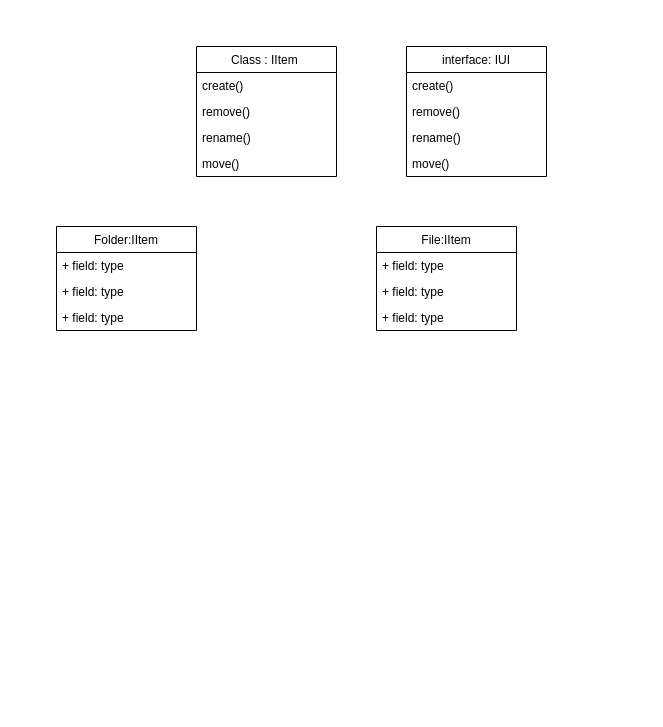
Artlaptev/2.OOP keeps this draw.io diagram as Диаграмма без названия.drawio. Above is the earlier version. Source tidied: cells renumbered, new cells numbered last; positions are measured from the earlier drawing's top-left corner, leaving out a move shared by most shapes. Both pictures are drawn from the tidied source at 100%, with x=0, y=0 at pixel (56, 46).
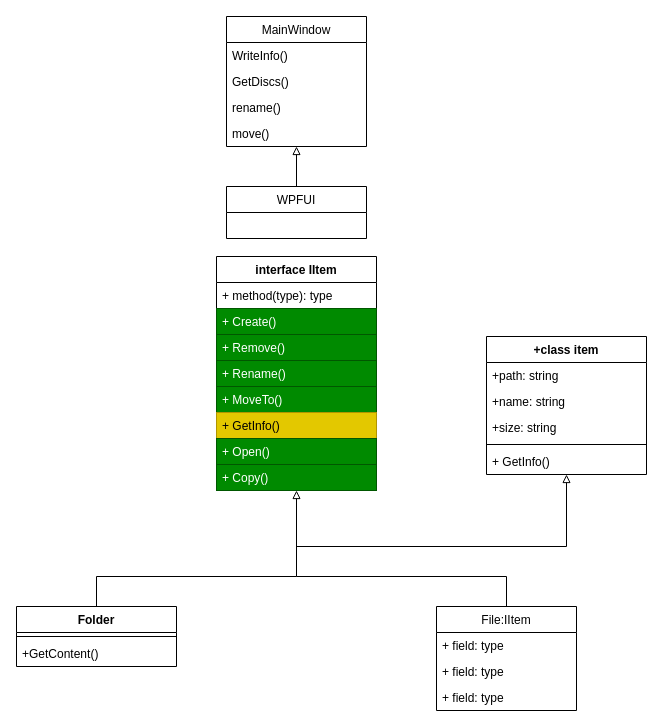
The same diagram, later.

Change to the diagram source:
```diff
@@
-    <mxCell id="2" value="Class : IItem " style="swimlane;fontStyle=0;horizontal=1;startSize=26;fillColor=none;" parent="1" vertex="1">
-      <mxGeometry x="140" width="140" height="130" as="geometry" />
+    <mxCell id="2" value="WPFUI" style="swimlane;fontStyle=0;horizontal=1;startSize=26;fillColor=none;" parent="1" vertex="1">
+      <mxGeometry x="170" y="140" width="140" height="52" as="geometry" />
     </mxCell>
-    <mxCell id="3" value="create()" style="text;strokeColor=none;fillColor=none;align=left;verticalAlign=top;spacingLeft=4;spacingRight=4;overflow=hidden;" parent="2" vertex="1">
-      <mxGeometry y="26" width="140" height="26" as="geometry" />
-    </mxCell>
-    <mxCell id="4" value="remove()" style="text;strokeColor=none;fillColor=none;align=left;verticalAlign=top;spacingLeft=4;spacingRight=4;overflow=hidden;" parent="2" vertex="1">
-      <mxGeometry y="52" width="140" height="26" as="geometry" />
-    </mxCell>
-    <mxCell id="5" value="rename()" style="text;strokeColor=none;fillColor=none;align=left;verticalAlign=top;spacingLeft=4;spacingRight=4;overflow=hidden;" parent="2" vertex="1">
-      <mxGeometry y="78" width="140" height="26" as="geometry" />
-    </mxCell>
-    <mxCell id="6" value="move()" style="text;strokeColor=none;fillColor=none;align=left;verticalAlign=top;spacingLeft=4;spacingRight=4;overflow=hidden;" parent="2" vertex="1">
-      <mxGeometry y="104" width="140" height="26" as="geometry" />
-    </mxCell>
-    <mxCell id="7" value="Folder:IItem" style="swimlane;fontStyle=0;horizontal=1;startSize=26;fillColor=none;" parent="1" vertex="1">
-      <mxGeometry y="180" width="140" height="104" as="geometry" />
-    </mxCell>
-    <mxCell id="8" value="+ field: type" style="text;strokeColor=none;fillColor=none;align=left;verticalAlign=top;spacingLeft=4;spacingRight=4;overflow=hidden;" parent="7" vertex="1">
-      <mxGeometry y="26" width="140" height="26" as="geometry" />
-    </mxCell>
-    <mxCell id="9" value="+ field: type" style="text;strokeColor=none;fillColor=none;align=left;verticalAlign=top;spacingLeft=4;spacingRight=4;overflow=hidden;" parent="7" vertex="1">
-      <mxGeometry y="52" width="140" height="26" as="geometry" />
-    </mxCell>
-    <mxCell id="10" value="+ field: type" style="text;strokeColor=none;fillColor=none;align=left;verticalAlign=top;spacingLeft=4;spacingRight=4;overflow=hidden;" parent="7" vertex="1">
-      <mxGeometry y="78" width="140" height="26" as="geometry" />
-    </mxCell>
+    <mxCell id="20" style="edgeStyle=orthogonalEdgeStyle;rounded=0;jettySize=auto;html=1;startArrow=none;startFill=0;endArrow=none;endFill=0;" parent="1" edge="1" source="11">
+      <mxGeometry relative="1" as="geometry">
+        <mxPoint x="240" y="530" as="targetPoint" />
+        <Array as="points">
+          <mxPoint x="450" y="530" />
+        </Array>
+      </mxGeometry>
+    </mxCell>
     <mxCell id="11" value="File:IItem" style="swimlane;fontStyle=0;horizontal=1;startSize=26;fillColor=none;" parent="1" vertex="1">
-      <mxGeometry x="320" y="180" width="140" height="104" as="geometry" />
+      <mxGeometry x="380" y="560" width="140" height="104" as="geometry" />
     </mxCell>
@@
+    <mxCell id="21" style="edgeStyle=orthogonalEdgeStyle;rounded=0;jettySize=auto;html=1;entryX=0.5;entryY=0;entryDx=0;entryDy=0;endArrow=none;endFill=0;startArrow=block;startFill=0;" parent="1" edge="1" source="15" target="2">
+      <mxGeometry relative="1" as="geometry" />
+    </mxCell>
-    <mxCell id="15" value="interface: IUI" style="swimlane;fontStyle=0;horizontal=1;startSize=26;fillColor=none;" parent="1" vertex="1">
-      <mxGeometry x="350" width="140" height="130" as="geometry" />
+    <mxCell id="15" value="MainWindow" style="swimlane;fontStyle=0;horizontal=1;startSize=26;fillColor=none;" parent="1" vertex="1">
+      <mxGeometry x="170" y="-30" width="140" height="130" as="geometry" />
     </mxCell>
-    <mxCell id="16" value="create()" style="text;strokeColor=none;fillColor=none;align=left;verticalAlign=top;spacingLeft=4;spacingRight=4;overflow=hidden;" parent="15" vertex="1">
+    <mxCell id="16" value="WriteInfo()" style="text;strokeColor=none;fillColor=none;align=left;verticalAlign=top;spacingLeft=4;spacingRight=4;overflow=hidden;" parent="15" vertex="1">
       <mxGeometry y="26" width="140" height="26" as="geometry" />
     </mxCell>
-    <mxCell id="17" value="remove()" style="text;strokeColor=none;fillColor=none;align=left;verticalAlign=top;spacingLeft=4;spacingRight=4;overflow=hidden;" parent="15" vertex="1">
+    <mxCell id="17" value="GetDiscs()" style="text;strokeColor=none;fillColor=none;align=left;verticalAlign=top;spacingLeft=4;spacingRight=4;overflow=hidden;" parent="15" vertex="1">
       <mxGeometry y="52" width="140" height="26" as="geometry" />
     </mxCell>
@@
+    <mxCell id="22" style="edgeStyle=orthogonalEdgeStyle;rounded=0;jettySize=auto;html=1;startArrow=block;startFill=0;endArrow=none;endFill=0;" parent="1" edge="1" source="23" target="32">
+      <mxGeometry relative="1" as="geometry">
+        <Array as="points">
+          <mxPoint x="240" y="530" />
+          <mxPoint x="40" y="530" />
+        </Array>
+      </mxGeometry>
+    </mxCell>
+    <mxCell id="23" value="interface IItem" style="swimlane;fontStyle=1;align=center;verticalAlign=top;horizontal=1;startSize=26;" parent="1" vertex="1">
+      <mxGeometry x="160" y="210" width="160" height="234" as="geometry" />
+    </mxCell>
+    <mxCell id="24" value="+ method(type): type" style="text;strokeColor=none;fillColor=none;align=left;verticalAlign=top;spacingLeft=4;spacingRight=4;overflow=hidden;" parent="23" vertex="1">
+      <mxGeometry y="26" width="160" height="26" as="geometry" />
+    </mxCell>
+    <mxCell id="25" value="+ Create()" style="text;strokeColor=#005700;fillColor=#008a00;align=left;verticalAlign=top;spacingLeft=4;spacingRight=4;overflow=hidden;fontColor=#ffffff;" parent="23" vertex="1">
+      <mxGeometry y="52" width="160" height="26" as="geometry" />
+    </mxCell>
+    <mxCell id="26" value="+ Remove()" style="text;strokeColor=#005700;fillColor=#008a00;align=left;verticalAlign=top;spacingLeft=4;spacingRight=4;overflow=hidden;fontColor=#ffffff;" parent="23" vertex="1">
+      <mxGeometry y="78" width="160" height="26" as="geometry" />
+    </mxCell>
+    <mxCell id="27" value="+ Rename()" style="text;strokeColor=#005700;fillColor=#008a00;align=left;verticalAlign=top;spacingLeft=4;spacingRight=4;overflow=hidden;fontColor=#ffffff;" parent="23" vertex="1">
+      <mxGeometry y="104" width="160" height="26" as="geometry" />
+    </mxCell>
+    <mxCell id="28" value="+ MoveTo()" style="text;strokeColor=#005700;fillColor=#008a00;align=left;verticalAlign=top;spacingLeft=4;spacingRight=4;overflow=hidden;fontColor=#ffffff;" parent="23" vertex="1">
+      <mxGeometry y="130" width="160" height="26" as="geometry" />
+    </mxCell>
+    <mxCell id="29" value="+ GetInfo()" style="text;strokeColor=#B09500;fillColor=#e3c800;align=left;verticalAlign=top;spacingLeft=4;spacingRight=4;overflow=hidden;fontColor=#000000;" parent="23" vertex="1">
+      <mxGeometry y="156" width="160" height="26" as="geometry" />
+    </mxCell>
+    <mxCell id="30" value="+ Open()" style="text;strokeColor=#005700;fillColor=#008a00;align=left;verticalAlign=top;spacingLeft=4;spacingRight=4;overflow=hidden;fontColor=#ffffff;" parent="23" vertex="1">
+      <mxGeometry y="182" width="160" height="26" as="geometry" />
+    </mxCell>
+    <mxCell id="31" value="+ Copy()" style="text;strokeColor=#005700;fillColor=#008a00;align=left;verticalAlign=top;spacingLeft=4;spacingRight=4;overflow=hidden;fontColor=#ffffff;" parent="23" vertex="1">
+      <mxGeometry y="208" width="160" height="26" as="geometry" />
+    </mxCell>
+    <mxCell id="32" value="Folder" style="swimlane;fontStyle=1;align=center;verticalAlign=top;horizontal=1;startSize=26;" parent="1" vertex="1">
+      <mxGeometry x="-40" y="560" width="160" height="60" as="geometry" />
+    </mxCell>
+    <mxCell id="33" style="line;strokeWidth=1;fillColor=none;align=left;verticalAlign=middle;spacingTop=-1;spacingLeft=3;spacingRight=3;labelPosition=right;" parent="32" vertex="1">
+      <mxGeometry y="26" width="160" height="8" as="geometry" />
+    </mxCell>
+    <mxCell id="34" value="+GetContent()" style="text;strokeColor=none;fillColor=none;align=left;verticalAlign=top;spacingLeft=4;spacingRight=4;overflow=hidden;" parent="32" vertex="1">
+      <mxGeometry y="34" width="160" height="26" as="geometry" />
+    </mxCell>
+    <mxCell id="35" style="edgeStyle=orthogonalEdgeStyle;rounded=0;jettySize=auto;html=1;startArrow=block;startFill=0;endArrow=none;endFill=0;" parent="1" edge="1" source="36">
+      <mxGeometry relative="1" as="geometry">
+        <mxPoint x="240" y="500" as="targetPoint" />
+        <Array as="points">
+          <mxPoint x="510" y="500" />
+        </Array>
+      </mxGeometry>
+    </mxCell>
+    <mxCell id="36" value="+class item" style="swimlane;fontStyle=1;align=center;verticalAlign=top;horizontal=1;startSize=26;" parent="1" vertex="1">
+      <mxGeometry x="430" y="290" width="160" height="138" as="geometry" />
+    </mxCell>
+    <mxCell id="37" value="+path: string" style="text;strokeColor=none;fillColor=none;align=left;verticalAlign=top;spacingLeft=4;spacingRight=4;overflow=hidden;" parent="36" vertex="1">
+      <mxGeometry y="26" width="160" height="26" as="geometry" />
+    </mxCell>
+    <mxCell id="38" value="+name: string" style="text;strokeColor=none;fillColor=none;align=left;verticalAlign=top;spacingLeft=4;spacingRight=4;overflow=hidden;" parent="36" vertex="1">
+      <mxGeometry y="52" width="160" height="26" as="geometry" />
+    </mxCell>
+    <mxCell id="39" value="+size: string" style="text;strokeColor=none;fillColor=none;align=left;verticalAlign=top;spacingLeft=4;spacingRight=4;overflow=hidden;" parent="36" vertex="1">
+      <mxGeometry y="78" width="160" height="26" as="geometry" />
+    </mxCell>
+    <mxCell id="40" style="line;strokeWidth=1;fillColor=none;align=left;verticalAlign=middle;spacingTop=-1;spacingLeft=3;spacingRight=3;labelPosition=right;" parent="36" vertex="1">
+      <mxGeometry y="104" width="160" height="8" as="geometry" />
+    </mxCell>
+    <mxCell id="41" value="+ GetInfo()" style="text;strokeColor=none;fillColor=none;align=left;verticalAlign=top;spacingLeft=4;spacingRight=4;overflow=hidden;" parent="36" vertex="1">
+      <mxGeometry y="112" width="160" height="26" as="geometry" />
+    </mxCell>
```
